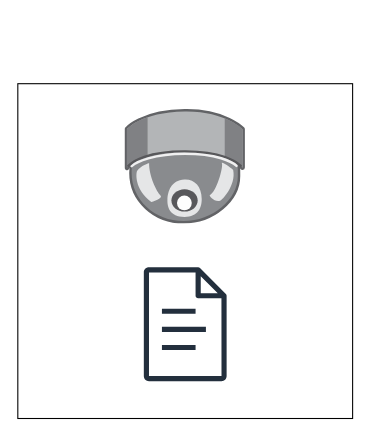
akhil888binoy/60DaysOfDevOps keeps this draw.io diagram as Untitled Diagram.drawio. Above is the earlier version. Source tidied: cells renumbered, new cells numbered last; positions are measured from the earlier drawing's top-left corner, leaving out a move shared by most shapes. Both pictures are drawn from the tidied source at 108%, with x=0, y=0 at pixel (17, 83).
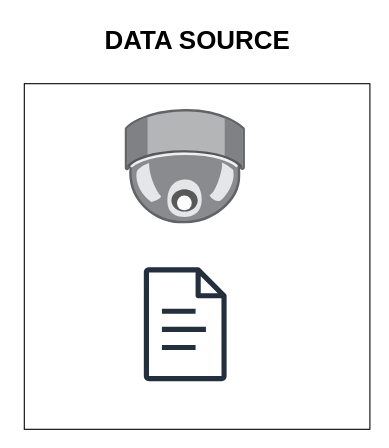
The same diagram, later.

Change to the diagram source:
```diff
@@
 <mxGraphModel>
   <root>
     <mxCell id="0" />
     <mxCell id="1" parent="0" />
     <mxCell id="2" style="image;html=1;align=center;shadow=0;dashed=0;image=img/lib/allied_telesis/security/Surveillance_Camera_Ceiling.svg;" parent="1" vertex="1">
       <mxGeometry x="90" y="30" width="117.2" height="111.5" as="geometry" />
     </mxCell>
     <mxCell id="3" style="whiteSpace=wrap;html=1;" parent="1" vertex="1">
-      <mxGeometry width="310" height="310" as="geometry" />
+      <mxGeometry x="6" width="320" height="320" as="geometry" />
     </mxCell>
     <mxCell id="4" style="image;html=1;align=center;shadow=0;dashed=0;image=img/lib/allied_telesis/security/Surveillance_Camera_Ceiling.svg;" parent="1" vertex="1">
       <mxGeometry x="99.3" y="23.9" width="111.5" height="106.1" as="geometry" />
     </mxCell>
     <mxCell id="5" style="sketch=0;fontColor=#232F3E;gradientColor=none;fillColor=#232F3D;strokeColor=none;dashed=0;verticalLabelPosition=bottom;verticalAlign=top;align=center;html=1;fontSize=12;fontStyle=0;shape=mxgraph.aws4.document;" parent="1" vertex="1">
       <mxGeometry x="116.5" y="170" width="77" height="105.4" as="geometry" />
     </mxCell>
+    <mxCell id="6" value="DATA SOURCE" style="text;strokeColor=none;fillColor=none;html=1;fontSize=24;fontStyle=1;verticalAlign=middle;align=center;" parent="1" vertex="1">
+      <mxGeometry x="13" y="-60" width="306" height="40" as="geometry" />
+    </mxCell>
   </root>
 </mxGraphModel>
```
